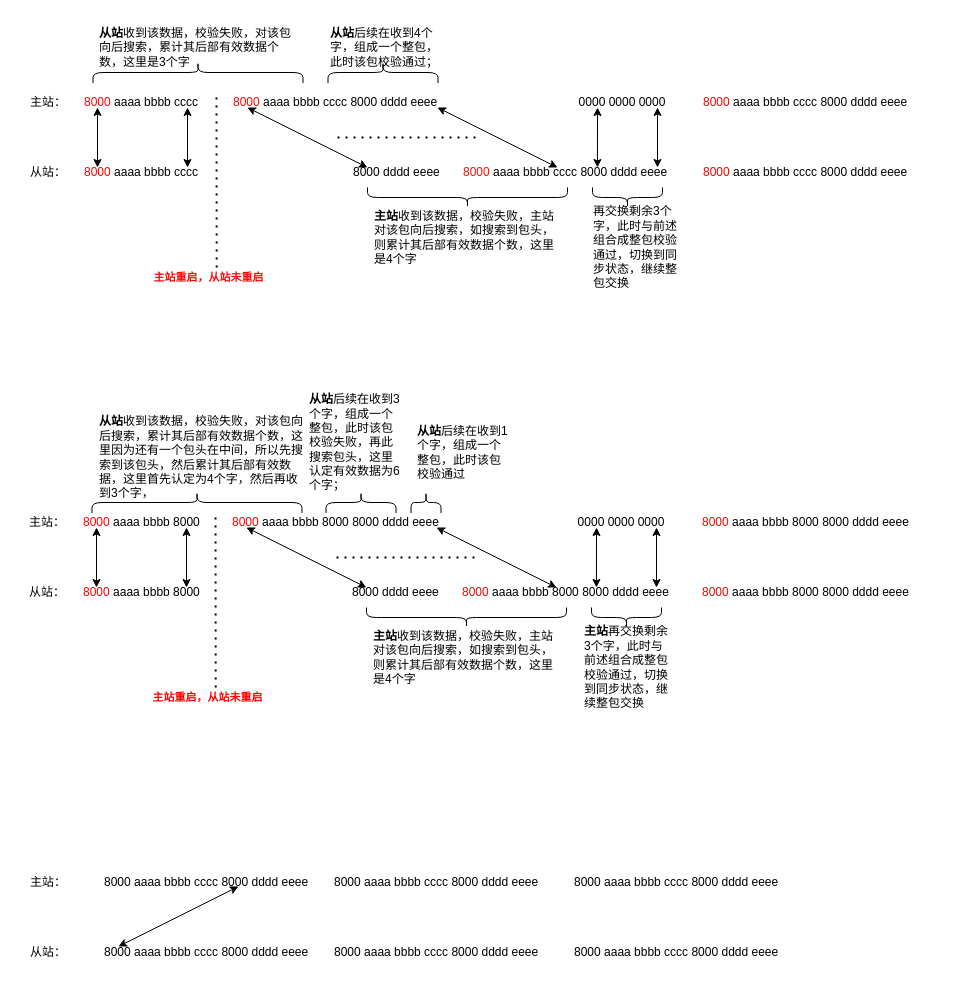
Before: spi通讯库.drawio in zhuofengdd/draw.io, a draw.io diagram. Source tidied: cells renumbered, new cells numbered last; positions are measured from the earlier drawing's top-left corner, leaving out a move shared by most shapes. Both pictures are drawn from the tidied source at 100%, with x=0, y=0 at pixel (17, -33).
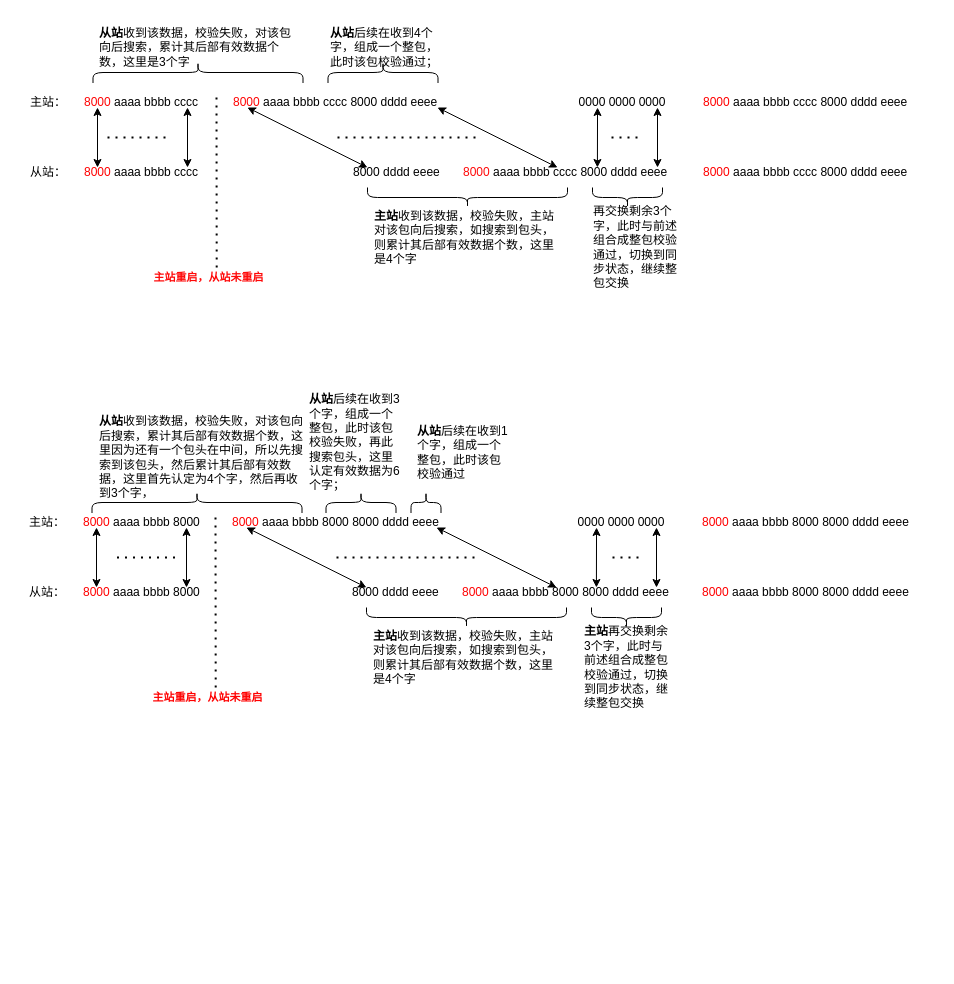
The same diagram, later.

Commit message (it also covers changes not shown here):
更新spi通讯库.drawio

The edit, as a diff of the source:
```diff
@@
-    <mxCell id="9" value="8000 aaaa bbbb cccc 8000 dddd eeee" style="text;strokeColor=none;fillColor=none;align=left;verticalAlign=middle;spacingLeft=4;spacingRight=4;overflow=hidden;points=[[0,0.5],[1,0.5]];portConstraint=eastwest;whiteSpace=wrap;html=1;" parent="1" vertex="1">
-      <mxGeometry x="81" y="900" width="240" height="30" as="geometry" />
-    </mxCell>
-    <mxCell id="10" value="8000 aaaa bbbb cccc 8000 dddd eeee" style="text;strokeColor=none;fillColor=none;align=left;verticalAlign=middle;spacingLeft=4;spacingRight=4;overflow=hidden;whiteSpace=wrap;html=1;" parent="1" vertex="1">
-      <mxGeometry x="311" y="900" width="240" height="30" as="geometry" />
-    </mxCell>
-    <mxCell id="11" value="8000 aaaa bbbb cccc 8000 dddd eeee" style="text;strokeColor=none;fillColor=none;align=left;verticalAlign=middle;spacingLeft=4;spacingRight=4;overflow=hidden;whiteSpace=wrap;html=1;" parent="1" vertex="1">
-      <mxGeometry x="551" y="900" width="240" height="30" as="geometry" />
-    </mxCell>
-    <mxCell id="12" value="主站：" style="text;html=1;strokeColor=none;fillColor=none;align=center;verticalAlign=middle;whiteSpace=wrap;rounded=0;" parent="1" vertex="1">
-      <mxGeometry x="1" y="900" width="60" height="30" as="geometry" />
-    </mxCell>
-    <mxCell id="13" value="8000 aaaa bbbb cccc 8000 dddd eeee" style="text;strokeColor=none;fillColor=none;align=left;verticalAlign=middle;spacingLeft=4;spacingRight=4;overflow=hidden;points=[[0,0.5],[1,0.5]];portConstraint=eastwest;whiteSpace=wrap;html=1;" parent="1" vertex="1">
-      <mxGeometry x="81" y="970" width="240" height="30" as="geometry" />
-    </mxCell>
-    <mxCell id="14" value="8000 aaaa bbbb cccc 8000 dddd eeee" style="text;strokeColor=none;fillColor=none;align=left;verticalAlign=middle;spacingLeft=4;spacingRight=4;overflow=hidden;whiteSpace=wrap;html=1;" parent="1" vertex="1">
-      <mxGeometry x="311" y="970" width="240" height="30" as="geometry" />
-    </mxCell>
-    <mxCell id="15" value="8000 aaaa bbbb cccc 8000 dddd eeee" style="text;strokeColor=none;fillColor=none;align=left;verticalAlign=middle;spacingLeft=4;spacingRight=4;overflow=hidden;whiteSpace=wrap;html=1;" parent="1" vertex="1">
-      <mxGeometry x="551" y="970" width="240" height="30" as="geometry" />
-    </mxCell>
-    <mxCell id="16" value="从站：" style="text;html=1;strokeColor=none;fillColor=none;align=center;verticalAlign=middle;whiteSpace=wrap;rounded=0;" parent="1" vertex="1">
-      <mxGeometry x="1" y="970" width="60" height="30" as="geometry" />
-    </mxCell>
@@
-    <mxCell id="27" style="endArrow=classic;html=1;rounded=0;entryX=0.583;entryY=0.633;entryDx=0;entryDy=0;entryPerimeter=0;exitX=0.083;exitY=0.3;exitDx=0;exitDy=0;exitPerimeter=0;startArrow=classic;startFill=1;" parent="1" edge="1" source="13" target="9">
-      <mxGeometry relative="1" as="geometry" />
-    </mxCell>
@@
+    <mxCell id="67" style="endArrow=none;dashed=1;html=1;dashPattern=1 3;strokeWidth=2;rounded=0;" parent="1" edge="1">
+      <mxGeometry relative="1" as="geometry">
+        <mxPoint x="90" y="170" as="sourcePoint" />
+        <mxPoint x="150" y="170" as="targetPoint" />
+      </mxGeometry>
+    </mxCell>
+    <mxCell id="68" style="endArrow=none;dashed=1;html=1;dashPattern=1 3;strokeWidth=2;rounded=0;" parent="1" edge="1">
+      <mxGeometry relative="1" as="geometry">
+        <mxPoint x="594" y="170" as="sourcePoint" />
+        <mxPoint x="624" y="170" as="targetPoint" />
+      </mxGeometry>
+    </mxCell>
+    <mxCell id="69" style="endArrow=none;dashed=1;html=1;dashPattern=1 3;strokeWidth=2;rounded=0;" parent="1" edge="1">
+      <mxGeometry relative="1" as="geometry">
+        <mxPoint x="595" y="590" as="sourcePoint" />
+        <mxPoint x="625" y="590" as="targetPoint" />
+      </mxGeometry>
+    </mxCell>
+    <mxCell id="70" style="endArrow=none;dashed=1;html=1;dashPattern=1 3;strokeWidth=2;rounded=0;" parent="1" edge="1">
+      <mxGeometry relative="1" as="geometry">
+        <mxPoint x="99.5" y="590" as="sourcePoint" />
+        <mxPoint x="159.5" y="590" as="targetPoint" />
+      </mxGeometry>
+    </mxCell>
```
